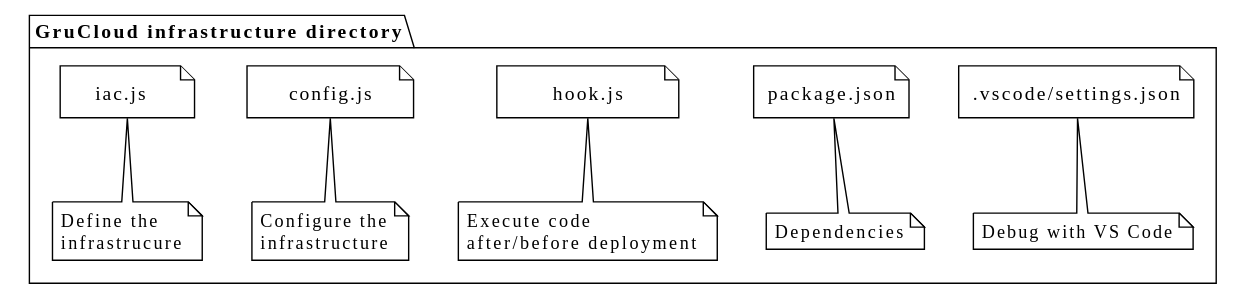
Earlier version of the PlantUML export docusaurus/plantuml/grucloud-project-files.svg (grucloud/grucloud). Source of this version:
```plantuml
@startuml grucloud-project-files
!theme plain
skinparam svgLinkTarget _blank

folder "GruCloud infrastructure directory" {


file ".vscode/settings.json"
note bottom
Debug with VS Code
end note

file package.json

note bottom
Dependencies
end note

file "      hook.js      "
note bottom
Execute code
after/before deployment
end note

file "    config.js    "
note bottom
Configure the
infrastructure
end note

file "   iac.js     "
note bottom
Define the
infrastrucure
end note


}


@enduml
```
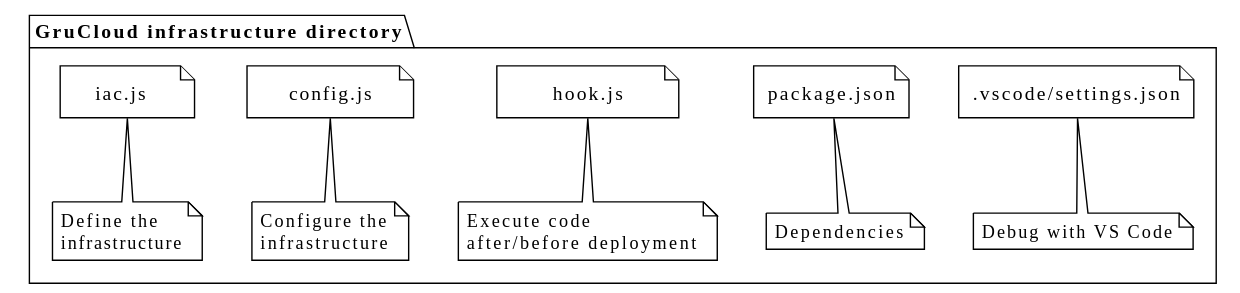
After the change.

Change to the diagram source:
```diff
@@ -31,7 +31,7 @@
 file "   iac.js     "
 note bottom
 Define the
-infrastrucure
+infrastructure
 end note
 
 
```
